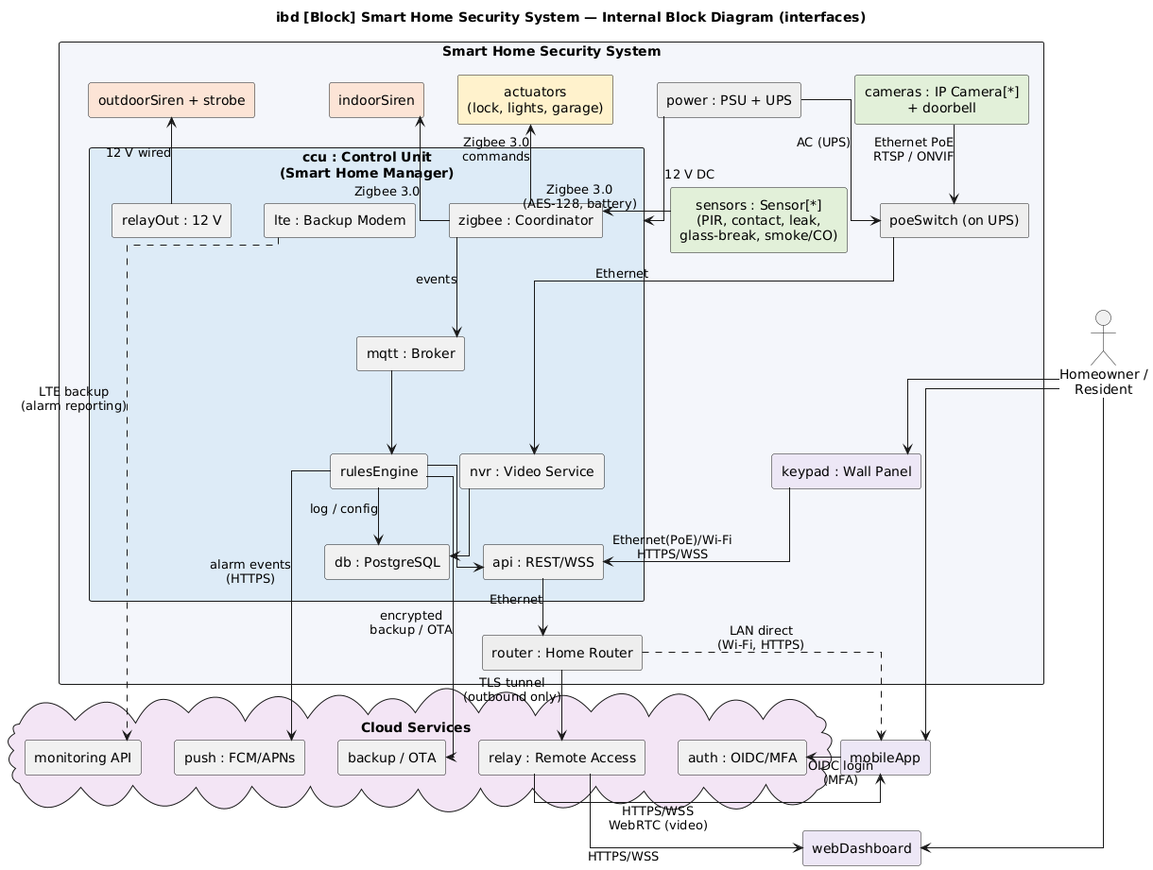
The PlantUML diagram 03-SysML/images/02_ibd_interfaces.png in amerghazal7/cd13413-systems-engineering-project, before a commit. The source it was exported from:
```plantuml
@startuml 02_ibd_interfaces
title ibd [Block] Smart Home Security System — Internal Block Diagram (interfaces)
skinparam componentStyle rectangle
skinparam linetype ortho
skinparam defaultTextAlignment center

rectangle "Smart Home Security System" as SYS #F4F6FB {
  rectangle "ccu : Control Unit\n(Smart Home Manager)" as CCU #DDEBF7 {
    component "rulesEngine" as RE
    component "api : REST/WSS" as API
    component "mqtt : Broker" as MQ
    component "db : PostgreSQL" as DBX
    component "nvr : Video Service" as NVR
    component "zigbee : Coordinator" as ZB
    component "lte : Backup Modem" as LTE
    component "relayOut : 12 V" as RLY
  }
  rectangle "sensors : Sensor[*]\n(PIR, contact, leak,\nglass-break, smoke/CO)" as SEN #E2F0D9
  rectangle "cameras : IP Camera[*]\n+ doorbell" as CAM #E2F0D9
  rectangle "actuators\n(lock, lights, garage)" as ACT #FFF2CC
  rectangle "indoorSiren" as SIR #FCE4D6
  rectangle "outdoorSiren + strobe" as OSIR #FCE4D6
  rectangle "keypad : Wall Panel" as KP #EDE7F6
  rectangle "poeSwitch (on UPS)" as POE #EEEEEE
  rectangle "router : Home Router" as RT #EEEEEE
  rectangle "power : PSU + UPS" as PWR #EEEEEE
}

cloud "Cloud Services" as CL #F3E5F5 {
  component "relay : Remote Access" as CRELAY
  component "push : FCM/APNs" as CPUSH
  component "auth : OIDC/MFA" as CAUTH
  component "backup / OTA" as CBK
  component "monitoring API" as CMON
}
actor "Homeowner /\nResident" as USR
rectangle "mobileApp" as APP #EDE7F6
rectangle "webDashboard" as WEB #EDE7F6

SEN -right-> ZB : Zigbee 3.0\n(AES-128, battery)
ZB --> MQ : events
MQ --> RE
RE --> DBX : log / config
RE --> API
NVR --> DBX
CAM --> POE : Ethernet PoE\nRTSP / ONVIF
POE --> NVR : Ethernet
ACT <-- ZB : Zigbee 3.0\ncommands
SIR <-- ZB : Zigbee 3.0
OSIR <-- RLY : 12 V wired
KP --> API : Ethernet(PoE)/Wi-Fi\nHTTPS/WSS
PWR --> CCU : 12 V DC
PWR --> POE : AC (UPS)
API --> RT : Ethernet
RT --> CRELAY : TLS tunnel\n(outbound only)
LTE ..> CMON : LTE backup\n(alarm reporting)
RE --> CPUSH : alarm events\n(HTTPS)
CRELAY --> APP : HTTPS/WSS\nWebRTC (video)
CRELAY --> WEB : HTTPS/WSS
APP --> CAUTH : OIDC login\n(MFA)
RT ..> APP : LAN direct\n(Wi-Fi, HTTPS)
RE --> CBK : encrypted\nbackup / OTA
USR --> APP
USR --> WEB
USR --> KP
@enduml
```
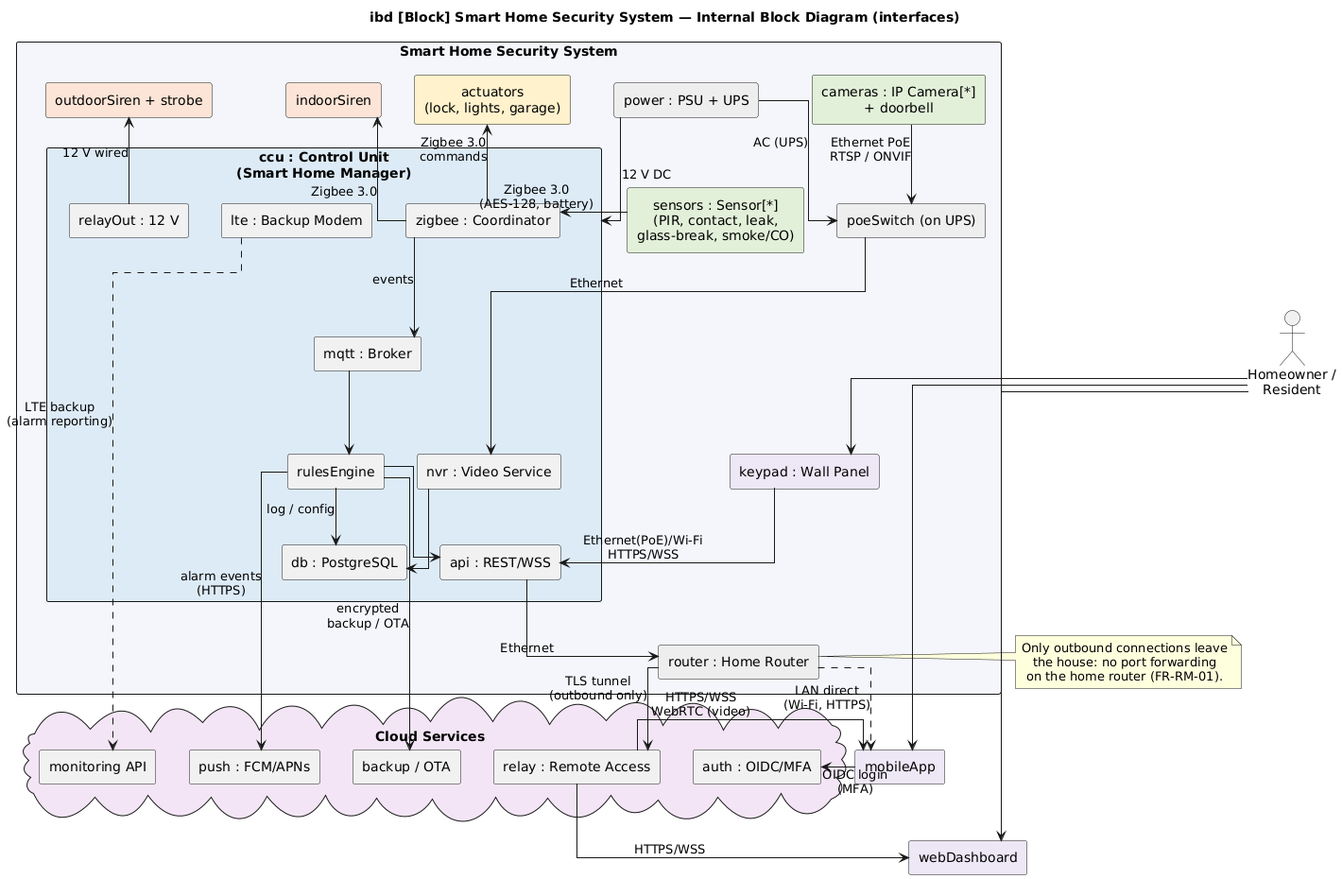
The same diagram one commit later.

The edit, as a diff of the source:
```diff
@@ -63,4 +63,9 @@
 USR --> APP
 USR --> WEB
 USR --> KP
+note left of RT
+  Only outbound connections leave
+  the house: no port forwarding
+  on the home router (FR-RM-01).
+end note
 @enduml
```
